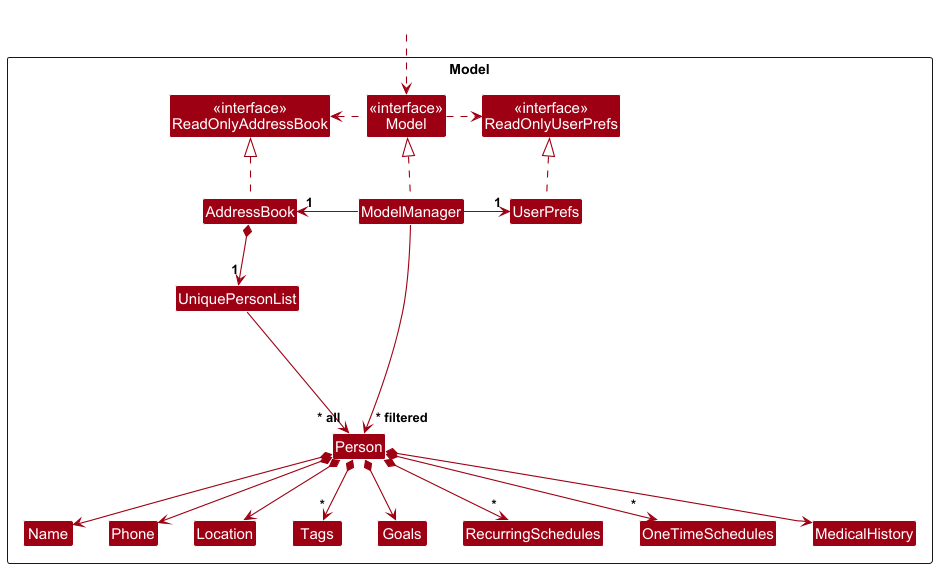
Earlier version of the PlantUML export docs/images/ModelClassDiagram.png (AY2425S2-CS2103T-T13-1/tp). The source it was exported from:
```plantuml
@startuml
!include style.puml
skinparam arrowThickness 1.1
skinparam arrowColor MODEL_COLOR
skinparam classBackgroundColor MODEL_COLOR

Package Model as ModelPackage <<Rectangle>>{
Class "<<interface>>\nReadOnlyAddressBook" as ReadOnlyAddressBook
Class "<<interface>>\nReadOnlyUserPrefs" as ReadOnlyUserPrefs
Class "<<interface>>\nModel" as Model
Class AddressBook
Class ModelManager
Class UserPrefs

Class UniquePersonList
Class Person
Class Location
Class Name
Class Phone
Class Tags
Class Goals
Class RecurringSchedules
Class OneTimeSchedules
Class MedicalHistory

Class I #FFFFFF
}

Class HiddenOutside #FFFFFF
HiddenOutside ..> Model

AddressBook .up.|> ReadOnlyAddressBook

ModelManager .up.|> Model
Model .right.> ReadOnlyUserPrefs
Model .left.> ReadOnlyAddressBook
ModelManager -left-> "1" AddressBook
ModelManager -right-> "1" UserPrefs
UserPrefs .up.|> ReadOnlyUserPrefs

AddressBook *--> "1" UniquePersonList
UniquePersonList --> "~* all" Person
Person *--> Name
Person *--> Phone
Person *--> Location
Person *--> Goals
Person *--> MedicalHistory
Person *--> "*" Tags
Person *--> "*" RecurringSchedules
Person *--> "*" OneTimeSchedules

Person -[hidden]up--> I
UniquePersonList -[hidden]right-> I

Name -[hidden]right-> Phone
Phone -[hidden]right-> Location

ModelManager --> "~* filtered" Person
@enduml
```
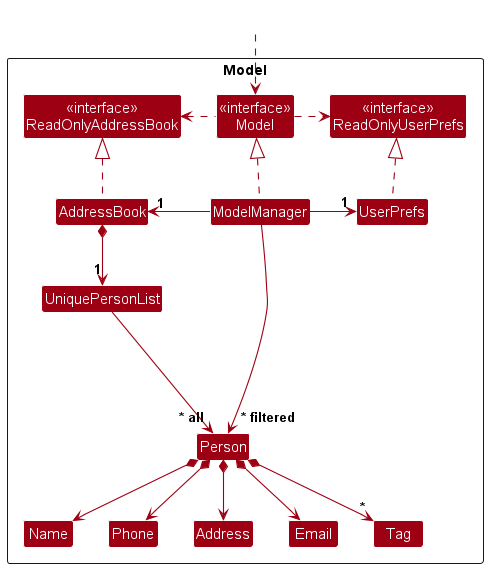
Later version of the same file.

Commit message:
Revert "Update model UML"

Change to the diagram source:
```diff
@@ -14,14 +14,11 @@
 
 Class UniquePersonList
 Class Person
-Class Location
+Class Address
+Class Email
 Class Name
 Class Phone
-Class Tags
-Class Goals
-Class RecurringSchedules
-Class OneTimeSchedules
-Class MedicalHistory
+Class Tag
 
 Class I #FFFFFF
 }
@@ -42,18 +39,16 @@
 UniquePersonList --> "~* all" Person
 Person *--> Name
 Person *--> Phone
-Person *--> Location
-Person *--> Goals
-Person *--> MedicalHistory
-Person *--> "*" Tags
-Person *--> "*" RecurringSchedules
-Person *--> "*" OneTimeSchedules
+Person *--> Email
+Person *--> Address
+Person *--> "*" Tag
 
 Person -[hidden]up--> I
 UniquePersonList -[hidden]right-> I
 
 Name -[hidden]right-> Phone
-Phone -[hidden]right-> Location
+Phone -[hidden]right-> Address
+Address -[hidden]right-> Email
 
 ModelManager --> "~* filtered" Person
 @enduml
```
